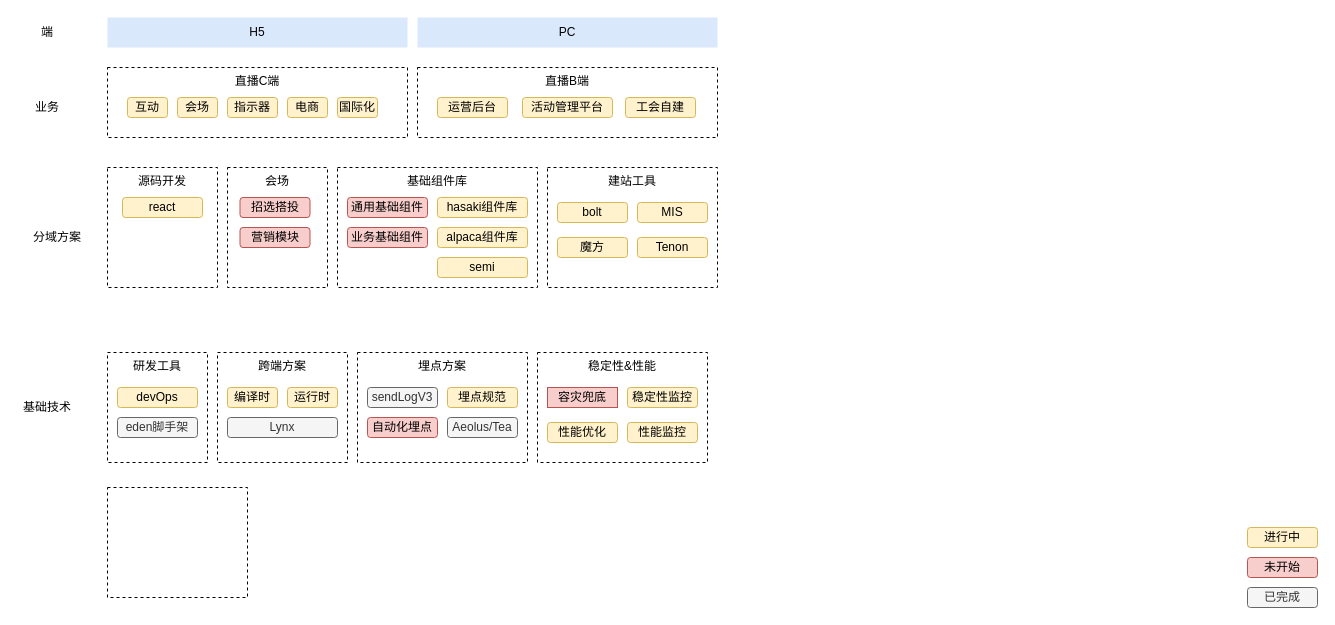
Earlier version of the draw.io diagram page "Page-1" (1 of 2) of Untitled Diagram.drawio (xiaoxiaociel/demos). Source tidied: cells renumbered, new cells numbered last; positions are measured from the earlier drawing's top-left corner, leaving out a move shared by most shapes. Both pictures are drawn from the tidied source at 100%, with x=0, y=0 at pixel (17, 17).
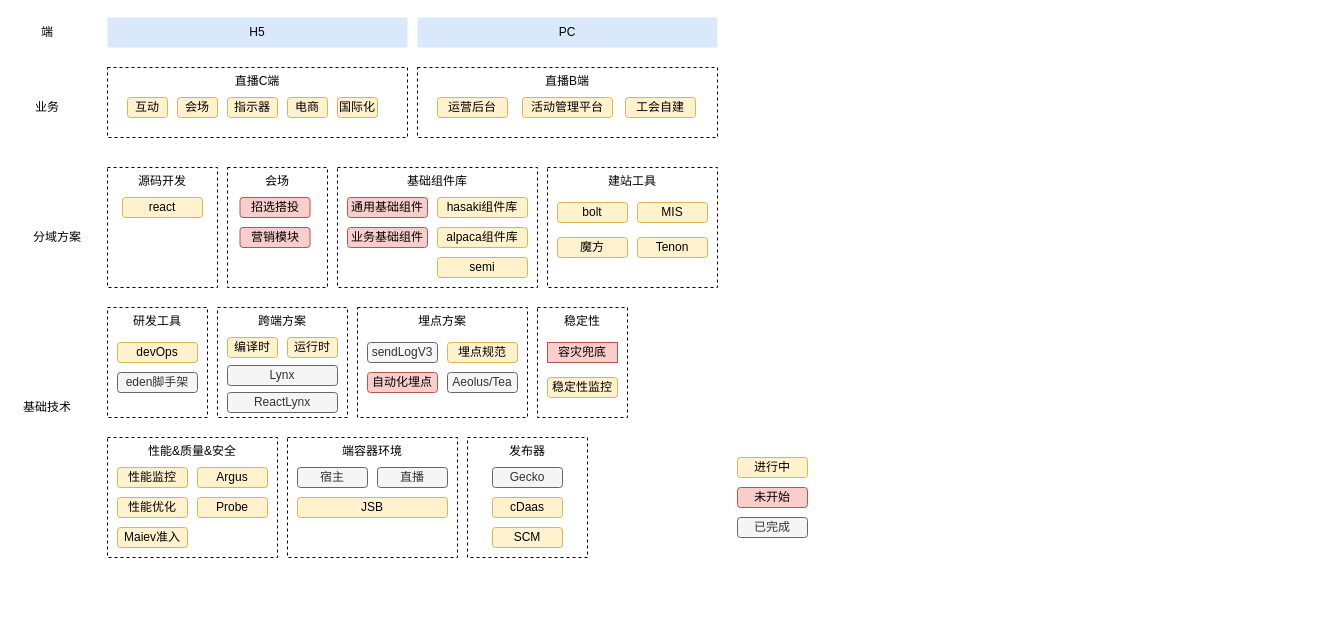
After the change.

Diff of the diagram source:
```diff
@@
     <mxCell id="13" value="研发工具" style="rounded=0;whiteSpace=wrap;html=1;verticalAlign=top;dashed=1;" parent="1" vertex="1">
-      <mxGeometry x="90" y="335" width="100" height="110" as="geometry" />
+      <mxGeometry x="90" y="290" width="100" height="110" as="geometry" />
     </mxCell>
     <mxCell id="14" value="进行中" style="rounded=1;whiteSpace=wrap;html=1;fillColor=#fff2cc;strokeColor=#d6b656;" parent="1" vertex="1">
-      <mxGeometry x="1230" y="510" width="70" height="20" as="geometry" />
+      <mxGeometry x="720" y="440" width="70" height="20" as="geometry" />
     </mxCell>
     <mxCell id="15" value="未开始" style="rounded=1;whiteSpace=wrap;html=1;fillColor=#f8cecc;strokeColor=#b85450;" parent="1" vertex="1">
-      <mxGeometry x="1230" y="540" width="70" height="20" as="geometry" />
+      <mxGeometry x="720" y="470" width="70" height="20" as="geometry" />
     </mxCell>
     <mxCell id="16" value="已完成" style="rounded=1;whiteSpace=wrap;html=1;fillColor=#f5f5f5;strokeColor=#666666;fontColor=#333333;" parent="1" vertex="1">
-      <mxGeometry x="1230" y="570" width="70" height="20" as="geometry" />
+      <mxGeometry x="720" y="500" width="70" height="20" as="geometry" />
     </mxCell>
     <mxCell id="17" value="devOps" style="rounded=1;whiteSpace=wrap;html=1;fillColor=#fff2cc;strokeColor=#d6b656;" parent="1" vertex="1">
-      <mxGeometry x="100" y="370" width="80" height="20" as="geometry" />
+      <mxGeometry x="100" y="325" width="80" height="20" as="geometry" />
     </mxCell>
-    <mxCell id="18" style="rounded=0;whiteSpace=wrap;html=1;verticalAlign=top;dashed=1;" parent="1" vertex="1">
-      <mxGeometry x="90" y="470" width="140" height="110" as="geometry" />
+    <mxCell id="18" value="性能&amp;amp;质量&amp;amp;安全" style="rounded=0;whiteSpace=wrap;html=1;verticalAlign=top;dashed=1;" parent="1" vertex="1">
+      <mxGeometry x="90" y="420" width="170" height="120" as="geometry" />
     </mxCell>
     <mxCell id="19" style="group;" parent="1" vertex="1">
-      <mxGeometry x="520" y="335" width="170" height="110" as="geometry" />
+      <mxGeometry x="520" y="290" width="170" height="110" as="geometry" />
     </mxCell>
-    <mxCell id="20" value="稳定性&amp;amp;性能" style="rounded=0;whiteSpace=wrap;html=1;verticalAlign=top;dashed=1;" parent="19" vertex="1">
-      <mxGeometry width="170" height="110" as="geometry" />
+    <mxCell id="20" value="稳定性" style="rounded=0;whiteSpace=wrap;html=1;verticalAlign=top;dashed=1;" parent="19" vertex="1">
+      <mxGeometry width="90" height="110" as="geometry" />
     </mxCell>
@@
     <mxCell id="22" value="稳定性监控" style="rounded=1;whiteSpace=wrap;html=1;fillColor=#fff2cc;strokeColor=#d6b656;" parent="19" vertex="1">
-      <mxGeometry x="90" y="35" width="70" height="20" as="geometry" />
+      <mxGeometry x="10" y="70" width="70" height="20" as="geometry" />
     </mxCell>
-    <mxCell id="23" value="性能优化" style="rounded=1;whiteSpace=wrap;html=1;fillColor=#fff2cc;strokeColor=#d6b656;" parent="19" vertex="1">
-      <mxGeometry x="10" y="70" width="70" height="20" as="geometry" />
-    </mxCell>
-    <mxCell id="24" value="性能监控" style="rounded=1;whiteSpace=wrap;html=1;fillColor=#fff2cc;strokeColor=#d6b656;" parent="19" vertex="1">
-      <mxGeometry x="90" y="70" width="70" height="20" as="geometry" />
-    </mxCell>
     <mxCell id="25" style="group;" parent="1" vertex="1">
-      <mxGeometry x="190" y="335" width="170" height="110" as="geometry" />
+      <mxGeometry x="190" y="290" width="170" height="110" as="geometry" />
     </mxCell>
@@
     <mxCell id="33" value="编译时" style="rounded=1;whiteSpace=wrap;html=1;fillColor=#fff2cc;strokeColor=#d6b656;" parent="25" vertex="1">
-      <mxGeometry x="20" y="35" width="50" height="20" as="geometry" />
+      <mxGeometry x="20" y="30" width="50" height="20" as="geometry" />
     </mxCell>
     <mxCell id="34" value="运行时" style="rounded=1;whiteSpace=wrap;html=1;fillColor=#fff2cc;strokeColor=#d6b656;" parent="25" vertex="1">
-      <mxGeometry x="80" y="35" width="50" height="20" as="geometry" />
+      <mxGeometry x="80" y="30" width="50" height="20" as="geometry" />
     </mxCell>
     <mxCell id="35" value="Lynx" style="rounded=1;whiteSpace=wrap;html=1;fillColor=#f5f5f5;strokeColor=#666666;fontColor=#333333;" parent="25" vertex="1">
-      <mxGeometry x="20" y="65" width="110" height="20" as="geometry" />
+      <mxGeometry x="20" y="58" width="110" height="20" as="geometry" />
     </mxCell>
+    <mxCell id="60" value="ReactLynx" style="rounded=1;whiteSpace=wrap;html=1;fillColor=#f5f5f5;strokeColor=#666666;fontColor=#333333;" parent="25" vertex="1">
+      <mxGeometry x="20" y="85" width="110" height="20" as="geometry" />
+    </mxCell>
     <mxCell id="36" value="eden脚手架" style="rounded=1;whiteSpace=wrap;html=1;fillColor=#f5f5f5;strokeColor=#666666;fontColor=#333333;" parent="1" vertex="1">
-      <mxGeometry x="100" y="400" width="80" height="20" as="geometry" />
+      <mxGeometry x="100" y="355" width="80" height="20" as="geometry" />
     </mxCell>
@@
+    <mxCell id="24" value="性能监控" style="rounded=1;whiteSpace=wrap;html=1;fillColor=#fff2cc;strokeColor=#d6b656;" parent="1" vertex="1">
+      <mxGeometry x="100" y="450" width="70" height="20" as="geometry" />
+    </mxCell>
+    <mxCell id="23" value="性能优化" style="rounded=1;whiteSpace=wrap;html=1;fillColor=#fff2cc;strokeColor=#d6b656;" parent="1" vertex="1">
+      <mxGeometry x="100" y="480" width="70" height="20" as="geometry" />
+    </mxCell>
+    <mxCell id="61" value="Maiev准入" style="rounded=1;whiteSpace=wrap;html=1;fillColor=#fff2cc;strokeColor=#d6b656;" parent="1" vertex="1">
+      <mxGeometry x="100" y="510" width="70" height="20" as="geometry" />
+    </mxCell>
+    <mxCell id="62" value="Argus" style="rounded=1;whiteSpace=wrap;html=1;fillColor=#fff2cc;strokeColor=#d6b656;" parent="1" vertex="1">
+      <mxGeometry x="180" y="450" width="70" height="20" as="geometry" />
+    </mxCell>
+    <mxCell id="63" value="Probe" style="rounded=1;whiteSpace=wrap;html=1;fillColor=#fff2cc;strokeColor=#d6b656;" parent="1" vertex="1">
+      <mxGeometry x="180" y="480" width="70" height="20" as="geometry" />
+    </mxCell>
+    <mxCell id="64" value="端容器环境" style="rounded=0;whiteSpace=wrap;html=1;verticalAlign=top;dashed=1;" parent="1" vertex="1">
+      <mxGeometry x="270" y="420" width="170" height="120" as="geometry" />
+    </mxCell>
+    <mxCell id="65" value="宿主" style="rounded=1;whiteSpace=wrap;html=1;fillColor=#f5f5f5;strokeColor=#666666;fontColor=#333333;" parent="1" vertex="1">
+      <mxGeometry x="280" y="450" width="70" height="20" as="geometry" />
+    </mxCell>
+    <mxCell id="66" value="直播" style="rounded=1;whiteSpace=wrap;html=1;fillColor=#f5f5f5;strokeColor=#666666;fontColor=#333333;" parent="1" vertex="1">
+      <mxGeometry x="360" y="450" width="70" height="20" as="geometry" />
+    </mxCell>
+    <mxCell id="67" value="JSB" style="rounded=1;whiteSpace=wrap;html=1;fillColor=#fff2cc;strokeColor=#d6b656;" parent="1" vertex="1">
+      <mxGeometry x="280" y="480" width="150" height="20" as="geometry" />
+    </mxCell>
+    <mxCell id="68" value="发布器" style="rounded=0;whiteSpace=wrap;html=1;verticalAlign=top;dashed=1;" parent="1" vertex="1">
+      <mxGeometry x="450" y="420" width="120" height="120" as="geometry" />
+    </mxCell>
+    <mxCell id="69" value="Gecko" style="rounded=1;whiteSpace=wrap;html=1;fillColor=#f5f5f5;strokeColor=#666666;fontColor=#333333;" parent="1" vertex="1">
+      <mxGeometry x="475" y="450" width="70" height="20" as="geometry" />
+    </mxCell>
+    <mxCell id="70" value="cDaas" style="rounded=1;whiteSpace=wrap;html=1;fillColor=#fff2cc;strokeColor=#d6b656;" parent="1" vertex="1">
+      <mxGeometry x="475" y="480" width="70" height="20" as="geometry" />
+    </mxCell>
+    <mxCell id="71" value="SCM" style="rounded=1;whiteSpace=wrap;html=1;fillColor=#fff2cc;strokeColor=#d6b656;" parent="1" vertex="1">
+      <mxGeometry x="475" y="510" width="70" height="20" as="geometry" />
+    </mxCell>
```
